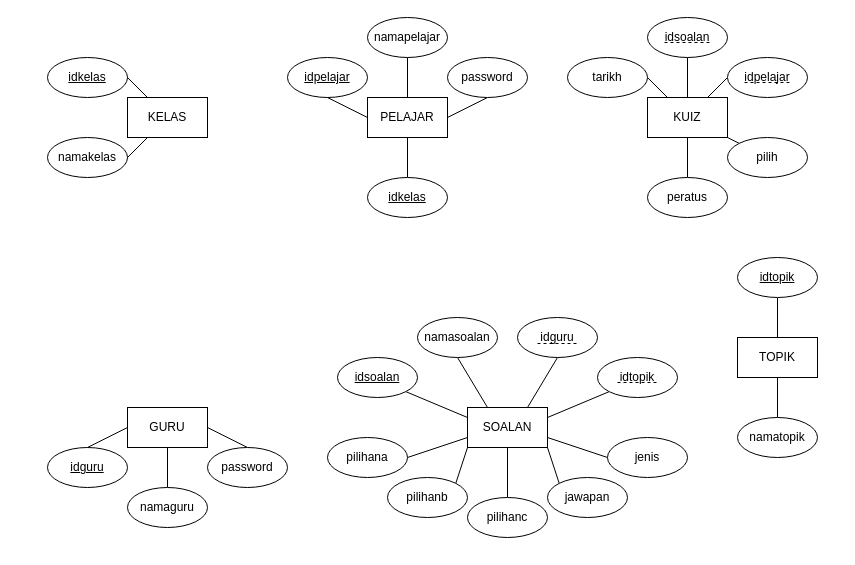
Earlier version of the draw.io diagram graphs/skkerjakursusshit2021 erd.drawio (halouthere233/skkerjakursus2021private). Source tidied: cells renumbered, new cells numbered last; positions are measured from the earlier drawing's top-left corner, leaving out a move shared by most shapes. Both pictures are drawn from the tidied source at 100%, with x=0, y=0 at pixel (47, 17).
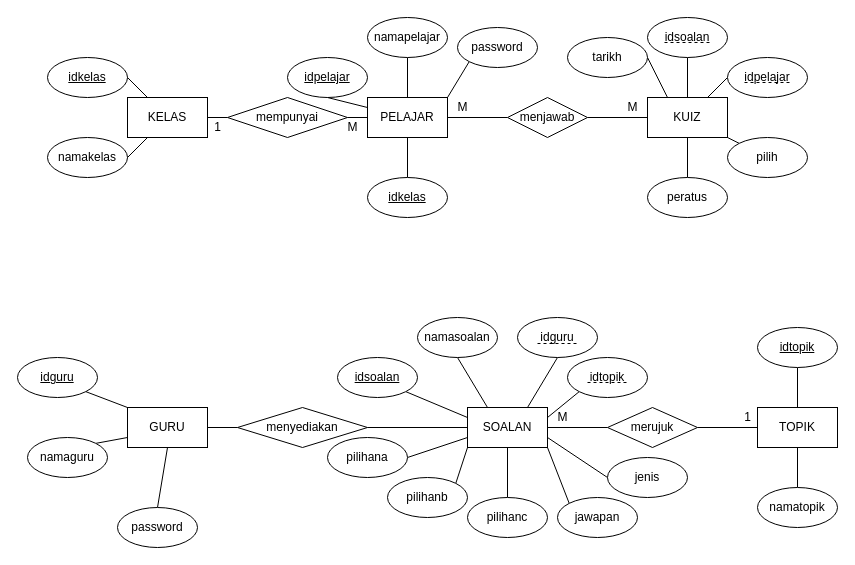
After the change.

Unchanged cells that the change refers to:
```xml
<mxCell id="2" value="KELAS" style="rounded=0;whiteSpace=wrap;html=1;" parent="1" vertex="1">
  <mxGeometry x="80" y="80" width="80" height="40" as="geometry" />
</mxCell>
<mxCell id="9" value="GURU" style="rounded=0;whiteSpace=wrap;html=1;" parent="1" vertex="1">
  <mxGeometry x="80" y="390" width="80" height="40" as="geometry" />
</mxCell>
<mxCell id="17" value="PELAJAR" style="rounded=0;whiteSpace=wrap;html=1;" parent="1" vertex="1">
  <mxGeometry x="320" y="80" width="80" height="40" as="geometry" />
</mxCell>
<mxCell id="18" value="&lt;u&gt;idpelajar&lt;/u&gt;" style="ellipse;whiteSpace=wrap;html=1;" parent="1" vertex="1">
  <mxGeometry x="240" y="40" width="80" height="40" as="geometry" />
</mxCell>
<mxCell id="28" value="KUIZ" style="rounded=0;whiteSpace=wrap;html=1;" parent="1" vertex="1">
  <mxGeometry x="600" y="80" width="80" height="40" as="geometry" />
</mxCell>
<mxCell id="47" value="SOALAN" style="rounded=0;whiteSpace=wrap;html=1;" parent="1" vertex="1">
  <mxGeometry x="420" y="390" width="80" height="40" as="geometry" />
</mxCell>
```

The edit, as a diff of the source:
```diff
@@
-    <mxCell id="7" style="edgeStyle=orthogonalEdgeStyle;rounded=0;jettySize=auto;html=1;exitX=0.5;exitY=1;exitDx=0;exitDy=0;entryX=0.5;entryY=0;entryDx=0;entryDy=0;endArrow=none;endFill=0;" parent="1" edge="1" source="9" target="12">
+    <mxCell id="7" style="rounded=0;jettySize=auto;html=1;exitX=0;exitY=0.75;exitDx=0;exitDy=0;entryX=1;entryY=0;entryDx=0;entryDy=0;endArrow=none;endFill=0;" parent="1" edge="1" source="9" target="12">
       <mxGeometry relative="1" as="geometry" />
     </mxCell>
-    <mxCell id="8" style="jettySize=auto;html=1;exitX=1;exitY=0.5;exitDx=0;exitDy=0;entryX=0.5;entryY=0;entryDx=0;entryDy=0;endArrow=none;endFill=0;rounded=0;" parent="1" edge="1" source="9" target="13">
+    <mxCell id="8" style="jettySize=auto;html=1;exitX=0.5;exitY=1;exitDx=0;exitDy=0;entryX=0.5;entryY=0;entryDx=0;entryDy=0;endArrow=none;endFill=0;rounded=0;" parent="1" edge="1" source="9" target="13">
       <mxGeometry relative="1" as="geometry" />
     </mxCell>
+    <mxCell id="66" style="edgeStyle=none;rounded=0;jettySize=auto;html=1;exitX=1;exitY=0.5;exitDx=0;exitDy=0;entryX=0;entryY=0.5;entryDx=0;entryDy=0;endArrow=none;endFill=0;" parent="1" edge="1" source="9" target="70">
+      <mxGeometry relative="1" as="geometry" />
+    </mxCell>
@@
     <mxCell id="10" value="&lt;u&gt;idguru&lt;/u&gt;" style="ellipse;whiteSpace=wrap;html=1;" parent="1" vertex="1">
-      <mxGeometry y="430" width="80" height="40" as="geometry" />
+      <mxGeometry x="-30" y="340" width="80" height="40" as="geometry" />
     </mxCell>
-    <mxCell id="11" style="endArrow=none;html=1;rounded=0;entryX=0;entryY=0.5;entryDx=0;entryDy=0;exitX=0.5;exitY=0;exitDx=0;exitDy=0;" parent="1" edge="1" source="10" target="9">
+    <mxCell id="11" style="endArrow=none;html=1;rounded=0;entryX=0;entryY=0;entryDx=0;entryDy=0;exitX=1;exitY=1;exitDx=0;exitDy=0;" parent="1" edge="1" source="10" target="9">
       <mxGeometry relative="1" as="geometry" />
     </mxCell>
     <mxCell id="12" value="namaguru" style="ellipse;whiteSpace=wrap;html=1;" parent="1" vertex="1">
-      <mxGeometry x="80" y="470" width="80" height="40" as="geometry" />
+      <mxGeometry x="-20" y="420" width="80" height="40" as="geometry" />
     </mxCell>
     <mxCell id="13" value="password" style="ellipse;whiteSpace=wrap;html=1;" parent="1" vertex="1">
-      <mxGeometry x="160" y="430" width="80" height="40" as="geometry" />
+      <mxGeometry x="70" y="490" width="80" height="40" as="geometry" />
     </mxCell>
@@
-    <mxCell id="15" style="jettySize=auto;html=1;exitX=1;exitY=0.5;exitDx=0;exitDy=0;entryX=0.5;entryY=1;entryDx=0;entryDy=0;endArrow=none;endFill=0;rounded=0;" parent="1" edge="1" source="17" target="21">
+    <mxCell id="15" style="jettySize=auto;html=1;exitX=1;exitY=0;exitDx=0;exitDy=0;entryX=0;entryY=1;entryDx=0;entryDy=0;endArrow=none;endFill=0;rounded=0;" parent="1" edge="1" source="17" target="21">
       <mxGeometry relative="1" as="geometry" />
     </mxCell>
@@
+    <mxCell id="67" style="edgeStyle=none;rounded=0;jettySize=auto;html=1;exitX=0;exitY=0.5;exitDx=0;exitDy=0;entryX=1;entryY=0.5;entryDx=0;entryDy=0;endArrow=none;endFill=0;" parent="1" edge="1" source="17" target="72">
+      <mxGeometry relative="1" as="geometry" />
+    </mxCell>
@@
-    <mxCell id="19" style="endArrow=none;html=1;rounded=0;entryX=0;entryY=0.5;entryDx=0;entryDy=0;exitX=0.5;exitY=1;exitDx=0;exitDy=0;" parent="1" edge="1" source="18" target="17">
+    <mxCell id="19" style="endArrow=none;html=1;rounded=0;entryX=0;entryY=0.25;entryDx=0;entryDy=0;exitX=0.5;exitY=1;exitDx=0;exitDy=0;" parent="1" edge="1" source="18" target="17">
       <mxGeometry relative="1" as="geometry" />
     </mxCell>
@@
     <mxCell id="21" value="password" style="ellipse;whiteSpace=wrap;html=1;" parent="1" vertex="1">
-      <mxGeometry x="400" y="40" width="80" height="40" as="geometry" />
+      <mxGeometry x="410" y="10" width="80" height="40" as="geometry" />
     </mxCell>
@@
     <mxCell id="35" value="tarikh" style="ellipse;whiteSpace=wrap;html=1;" parent="1" vertex="1">
-      <mxGeometry x="520" y="40" width="80" height="40" as="geometry" />
+      <mxGeometry x="520" y="20" width="80" height="40" as="geometry" />
     </mxCell>
@@
+    <mxCell id="68" style="edgeStyle=none;rounded=0;jettySize=auto;html=1;exitX=1;exitY=0.5;exitDx=0;exitDy=0;entryX=0;entryY=0.5;entryDx=0;entryDy=0;endArrow=none;endFill=0;" parent="1" edge="1" source="47" target="76">
+      <mxGeometry relative="1" as="geometry" />
+    </mxCell>
@@
     <mxCell id="50" value="jenis" style="ellipse;whiteSpace=wrap;html=1;" parent="1" vertex="1">
-      <mxGeometry x="560" y="420" width="80" height="40" as="geometry" />
+      <mxGeometry x="560" y="440" width="80" height="40" as="geometry" />
     </mxCell>
     <mxCell id="51" value="jawapan" style="ellipse;whiteSpace=wrap;html=1;" parent="1" vertex="1">
-      <mxGeometry x="500" y="460" width="80" height="40" as="geometry" />
+      <mxGeometry x="510" y="480" width="80" height="40" as="geometry" />
     </mxCell>
@@
     <mxCell id="57" value="TOPIK" style="rounded=0;whiteSpace=wrap;html=1;" parent="1" vertex="1">
-      <mxGeometry x="690" y="320" width="80" height="40" as="geometry" />
+      <mxGeometry x="710" y="390" width="80" height="40" as="geometry" />
     </mxCell>
     <mxCell id="58" value="idtopik" style="ellipse;whiteSpace=wrap;html=1;fontStyle=4;" parent="1" vertex="1">
-      <mxGeometry x="690" y="240" width="80" height="40" as="geometry" />
+      <mxGeometry x="710" y="310" width="80" height="40" as="geometry" />
     </mxCell>
     <mxCell id="59" value="namatopik" style="ellipse;whiteSpace=wrap;html=1;" parent="1" vertex="1">
-      <mxGeometry x="690" y="400" width="80" height="40" as="geometry" />
+      <mxGeometry x="710" y="470" width="80" height="40" as="geometry" />
     </mxCell>
     <mxCell id="60" style="group;" parent="1" vertex="1">
-      <mxGeometry x="550" y="340" width="80" height="40" as="geometry" />
+      <mxGeometry x="520" y="340" width="80" height="40" as="geometry" />
     </mxCell>
@@
+    <mxCell id="69" style="edgeStyle=none;rounded=0;jettySize=auto;html=1;exitX=1;exitY=0.5;exitDx=0;exitDy=0;entryX=0;entryY=0.5;entryDx=0;entryDy=0;endArrow=none;endFill=0;" parent="1" edge="1" source="70" target="47">
+      <mxGeometry relative="1" as="geometry" />
+    </mxCell>
+    <mxCell id="70" value="menyediakan" style="rhombus;whiteSpace=wrap;html=1;" parent="1" vertex="1">
+      <mxGeometry x="190" y="390" width="130" height="40" as="geometry" />
+    </mxCell>
+    <mxCell id="71" style="edgeStyle=none;rounded=0;jettySize=auto;html=1;exitX=0;exitY=0.5;exitDx=0;exitDy=0;entryX=1;entryY=0.5;entryDx=0;entryDy=0;endArrow=none;endFill=0;" parent="1" edge="1" source="72" target="2">
+      <mxGeometry relative="1" as="geometry" />
+    </mxCell>
+    <mxCell id="72" value="mempunyai" style="rhombus;whiteSpace=wrap;html=1;" parent="1" vertex="1">
+      <mxGeometry x="180" y="80" width="120" height="40" as="geometry" />
+    </mxCell>
+    <mxCell id="73" value="1" style="text;html=1;align=center;verticalAlign=middle;strokeColor=none;fillColor=none;" parent="1" vertex="1">
+      <mxGeometry x="160" y="100" width="20" height="20" as="geometry" />
+    </mxCell>
+    <mxCell id="74" value="M" style="text;html=1;align=center;verticalAlign=middle;strokeColor=none;fillColor=none;" parent="1" vertex="1">
+      <mxGeometry x="290" y="100" width="30" height="20" as="geometry" />
+    </mxCell>
+    <mxCell id="75" style="edgeStyle=none;rounded=0;jettySize=auto;html=1;exitX=1;exitY=0.5;exitDx=0;exitDy=0;entryX=0;entryY=0.5;entryDx=0;entryDy=0;endArrow=none;endFill=0;" parent="1" edge="1" source="76" target="57">
+      <mxGeometry relative="1" as="geometry" />
+    </mxCell>
+    <mxCell id="76" value="merujuk" style="rhombus;whiteSpace=wrap;html=1;" parent="1" vertex="1">
+      <mxGeometry x="560" y="390" width="90" height="40" as="geometry" />
+    </mxCell>
+    <mxCell id="77" value="1" style="text;html=1;align=center;verticalAlign=middle;strokeColor=none;fillColor=none;" parent="1" vertex="1">
+      <mxGeometry x="690" y="390" width="20" height="20" as="geometry" />
+    </mxCell>
+    <mxCell id="78" value="M" style="text;html=1;align=center;verticalAlign=middle;strokeColor=none;fillColor=none;" parent="1" vertex="1">
+      <mxGeometry x="500" y="390" width="30" height="20" as="geometry" />
+    </mxCell>
+    <mxCell id="79" style="edgeStyle=none;rounded=0;jettySize=auto;html=1;exitX=0;exitY=0.5;exitDx=0;exitDy=0;entryX=1;entryY=0.5;entryDx=0;entryDy=0;endArrow=none;endFill=0;" parent="1" edge="1" source="81" target="17">
+      <mxGeometry relative="1" as="geometry" />
+    </mxCell>
+    <mxCell id="80" style="edgeStyle=none;rounded=0;jettySize=auto;html=1;exitX=1;exitY=0.5;exitDx=0;exitDy=0;entryX=0;entryY=0.5;entryDx=0;entryDy=0;endArrow=none;endFill=0;" parent="1" edge="1" source="81" target="28">
+      <mxGeometry relative="1" as="geometry" />
+    </mxCell>
+    <mxCell id="81" value="menjawab" style="rhombus;whiteSpace=wrap;html=1;" parent="1" vertex="1">
+      <mxGeometry x="460" y="80" width="80" height="40" as="geometry" />
+    </mxCell>
+    <mxCell id="82" value="M" style="text;html=1;align=center;verticalAlign=middle;strokeColor=none;fillColor=none;" parent="1" vertex="1">
+      <mxGeometry x="400" y="80" width="30" height="20" as="geometry" />
+    </mxCell>
+    <mxCell id="83" value="M" style="text;html=1;align=center;verticalAlign=middle;strokeColor=none;fillColor=none;" parent="1" vertex="1">
+      <mxGeometry x="570" y="80" width="30" height="20" as="geometry" />
+    </mxCell>
```
